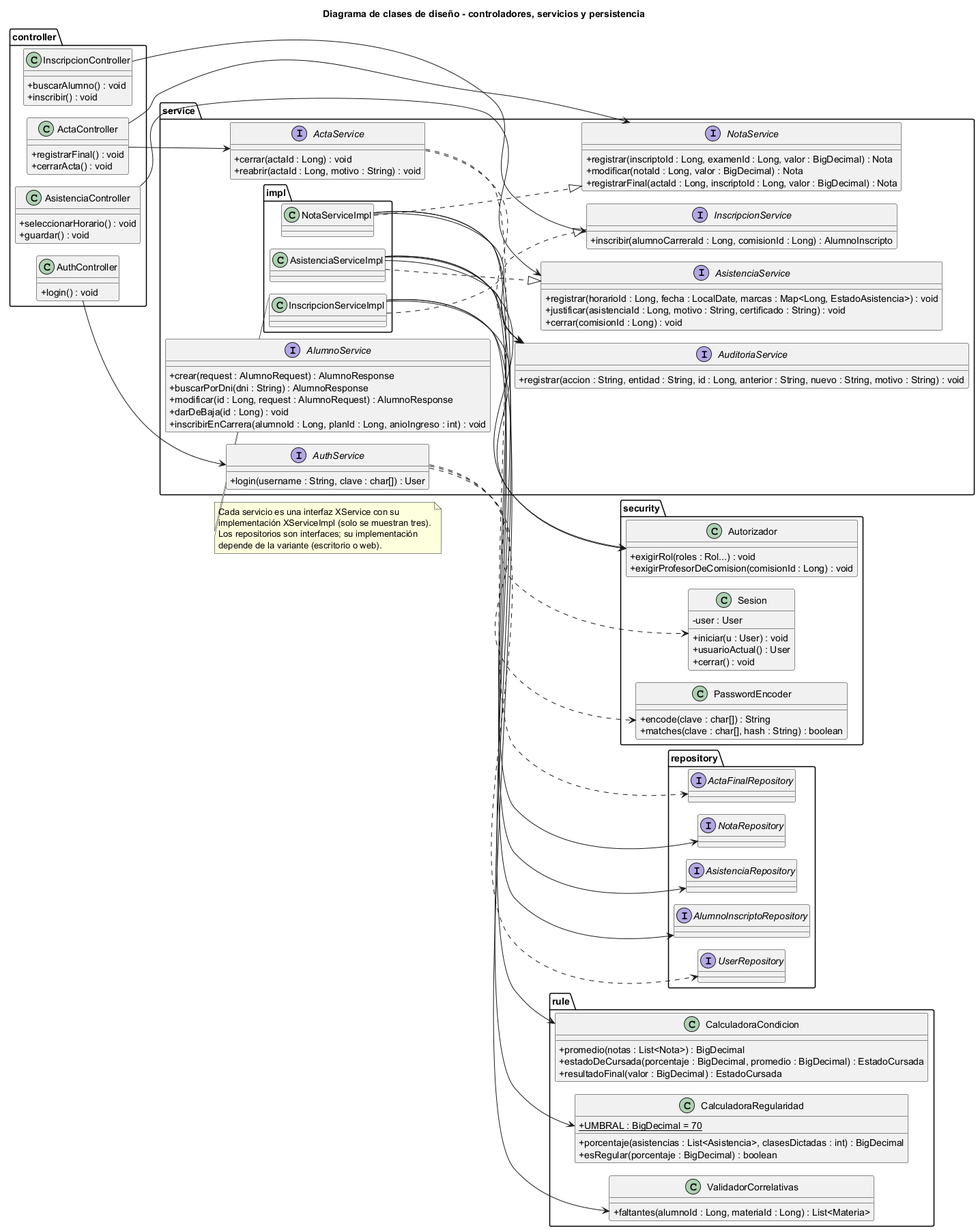
ISMAELALTHENOFER/BACKOFFICE-ACADEMICO-ITEC-N-1 keeps this PlantUML diagram as document/diagramas/clases-diseno.png. Above is the earlier version.
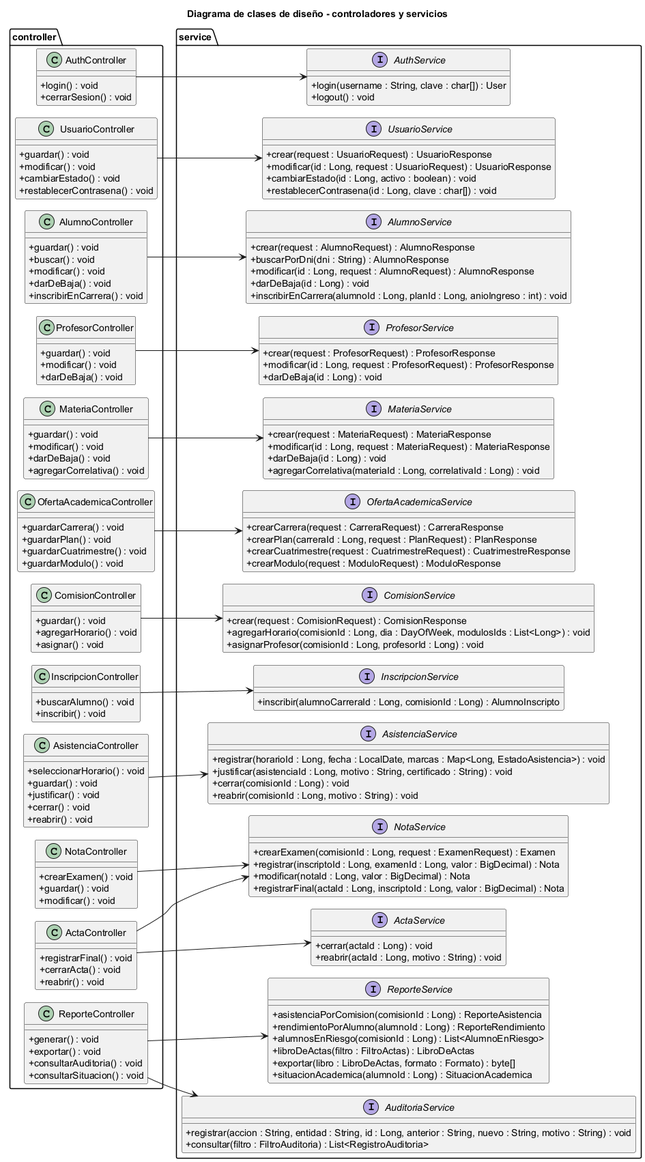
After the commit.

The edit, as a diff of the source:
```diff
@@ -2,12 +2,48 @@
 !pragma layout smetana
 skinparam shadowing false
 skinparam classAttributeIconSize 0
-title Diagrama de clases de diseño - controladores, servicios y persistencia
+title Diagrama de clases de diseño - controladores y servicios
 left to right direction
 
 package "controller" {
   class AuthController {
     + login() : void
+    + cerrarSesion() : void
+  }
+  class UsuarioController {
+    + guardar() : void
+    + modificar() : void
+    + cambiarEstado() : void
+    + restablecerContrasena() : void
+  }
+  class AlumnoController {
+    + guardar() : void
+    + buscar() : void
+    + modificar() : void
+    + darDeBaja() : void
+    + inscribirEnCarrera() : void
+  }
+  class ProfesorController {
+    + guardar() : void
+    + modificar() : void
+    + darDeBaja() : void
+  }
+  class MateriaController {
+    + guardar() : void
+    + modificar() : void
+    + darDeBaja() : void
+    + agregarCorrelativa() : void
+  }
+  class OfertaAcademicaController {
+    + guardarCarrera() : void
+    + guardarPlan() : void
+    + guardarCuatrimestre() : void
+    + guardarModulo() : void
+  }
+  class ComisionController {
+    + guardar() : void
+    + agregarHorario() : void
+    + asignar() : void
   }
   class InscripcionController {
     + buscarAlumno() : void
@@ -16,33 +52,38 @@
   class AsistenciaController {
     + seleccionarHorario() : void
     + guardar() : void
+    + justificar() : void
+    + cerrar() : void
+    + reabrir() : void
+  }
+  class NotaController {
+    + crearExamen() : void
+    + guardar() : void
+    + modificar() : void
   }
   class ActaController {
     + registrarFinal() : void
     + cerrarActa() : void
+    + reabrir() : void
   }
-}
-
-package "security" {
-  class Sesion {
-    - user : User
-    + iniciar(u : User) : void
-    + usuarioActual() : User
-    + cerrar() : void
-  }
-  class PasswordEncoder {
-    + encode(clave : char[]) : String
-    + matches(clave : char[], hash : String) : boolean
-  }
-  class Autorizador {
-    + exigirRol(roles : Rol...) : void
-    + exigirProfesorDeComision(comisionId : Long) : void
+  class ReporteController {
+    + generar() : void
+    + exportar() : void
+    + consultarAuditoria() : void
+    + consultarSituacion() : void
   }
 }
 
 package "service" {
   interface AuthService {
     + login(username : String, clave : char[]) : User
+    + logout() : void
+  }
+  interface UsuarioService {
+    + crear(request : UsuarioRequest) : UsuarioResponse
+    + modificar(id : Long, request : UsuarioRequest) : UsuarioResponse
+    + cambiarEstado(id : Long, activo : boolean) : void
+    + restablecerContrasena(id : Long, clave : char[]) : void
   }
   interface AlumnoService {
     + crear(request : AlumnoRequest) : AlumnoResponse
@@ -51,6 +92,28 @@
     + darDeBaja(id : Long) : void
     + inscribirEnCarrera(alumnoId : Long, planId : Long, anioIngreso : int) : void
   }
+  interface ProfesorService {
+    + crear(request : ProfesorRequest) : ProfesorResponse
+    + modificar(id : Long, request : ProfesorRequest) : ProfesorResponse
+    + darDeBaja(id : Long) : void
+  }
+  interface MateriaService {
+    + crear(request : MateriaRequest) : MateriaResponse
+    + modificar(id : Long, request : MateriaRequest) : MateriaResponse
+    + darDeBaja(id : Long) : void
+    + agregarCorrelativa(materiaId : Long, correlativaId : Long) : void
+  }
+  interface OfertaAcademicaService {
+    + crearCarrera(request : CarreraRequest) : CarreraResponse
+    + crearPlan(carreraId : Long, request : PlanRequest) : PlanResponse
+    + crearCuatrimestre(request : CuatrimestreRequest) : CuatrimestreResponse
+    + crearModulo(request : ModuloRequest) : ModuloResponse
+  }
+  interface ComisionService {
+    + crear(request : ComisionRequest) : ComisionResponse
+    + agregarHorario(comisionId : Long, dia : DayOfWeek, modulosIds : List<Long>) : void
+    + asignarProfesor(comisionId : Long, profesorId : Long) : void
+  }
   interface InscripcionService {
     + inscribir(alumnoCarreraId : Long, comisionId : Long) : AlumnoInscripto
   }
@@ -58,8 +121,10 @@
     + registrar(horarioId : Long, fecha : LocalDate, marcas : Map<Long, EstadoAsistencia>) : void
     + justificar(asistenciaId : Long, motivo : String, certificado : String) : void
     + cerrar(comisionId : Long) : void
+    + reabrir(comisionId : Long, motivo : String) : void
   }
   interface NotaService {
+    + crearExamen(comisionId : Long, request : ExamenRequest) : Examen
     + registrar(inscriptoId : Long, examenId : Long, valor : BigDecimal) : Nota
     + modificar(notaId : Long, valor : BigDecimal) : Nota
     + registrarFinal(actaId : Long, inscriptoId : Long, valor : BigDecimal) : Nota
@@ -68,69 +133,32 @@
     + cerrar(actaId : Long) : void
     + reabrir(actaId : Long, motivo : String) : void
   }
+  interface ReporteService {
+    + asistenciaPorComision(comisionId : Long) : ReporteAsistencia
+    + rendimientoPorAlumno(alumnoId : Long) : ReporteRendimiento
+    + alumnosEnRiesgo(comisionId : Long) : List<AlumnoEnRiesgo>
+    + libroDeActas(filtro : FiltroActas) : LibroDeActas
+    + exportar(libro : LibroDeActas, formato : Formato) : byte[]
+    + situacionAcademica(alumnoId : Long) : SituacionAcademica
+  }
   interface AuditoriaService {
     + registrar(accion : String, entidad : String, id : Long, anterior : String, nuevo : String, motivo : String) : void
+    + consultar(filtro : FiltroAuditoria) : List<RegistroAuditoria>
   }
 }
 
-package "service.impl" {
-  class InscripcionServiceImpl
-  class AsistenciaServiceImpl
-  class NotaServiceImpl
-}
-
-package "rule" {
-  class CalculadoraRegularidad {
-    + {static} UMBRAL : BigDecimal = 70
-    + porcentaje(asistencias : List<Asistencia>, clasesDictadas : int) : BigDecimal
-    + esRegular(porcentaje : BigDecimal) : boolean
-  }
-  class CalculadoraCondicion {
-    + promedio(notas : List<Nota>) : BigDecimal
-    + estadoDeCursada(porcentaje : BigDecimal, promedio : BigDecimal) : EstadoCursada
-    + resultadoFinal(valor : BigDecimal) : EstadoCursada
-  }
-  class ValidadorCorrelativas {
-    + faltantes(alumnoId : Long, materiaId : Long) : List<Materia>
-  }
-}
-
-package "repository" {
-  interface UserRepository
-  interface AlumnoInscriptoRepository
-  interface AsistenciaRepository
-  interface NotaRepository
-  interface ActaFinalRepository
-}
-
 AuthController --> AuthService
+UsuarioController --> UsuarioService
+AlumnoController --> AlumnoService
+ProfesorController --> ProfesorService
+MateriaController --> MateriaService
+OfertaAcademicaController --> OfertaAcademicaService
+ComisionController --> ComisionService
 InscripcionController --> InscripcionService
 AsistenciaController --> AsistenciaService
+NotaController --> NotaService
 ActaController --> NotaService
 ActaController --> ActaService
-AuthService ..> PasswordEncoder
-AuthService ..> Sesion
-AuthService ..> UserRepository
-InscripcionServiceImpl ..|> InscripcionService
-AsistenciaServiceImpl ..|> AsistenciaService
-NotaServiceImpl ..|> NotaService
-InscripcionServiceImpl --> Autorizador
-InscripcionServiceImpl --> ValidadorCorrelativas
-InscripcionServiceImpl --> AlumnoInscriptoRepository
-AsistenciaServiceImpl --> Autorizador
-AsistenciaServiceImpl --> CalculadoraRegularidad
-AsistenciaServiceImpl --> AsistenciaRepository
-AsistenciaServiceImpl --> AuditoriaService
-NotaServiceImpl --> CalculadoraCondicion
-NotaServiceImpl --> NotaRepository
-NotaServiceImpl --> AuditoriaService
-ActaService ..> ActaFinalRepository
-ActaService ..> AuditoriaService
-
-note bottom of InscripcionServiceImpl
-  Cada servicio es una interfaz XService con su
-  implementación XServiceImpl (solo se muestran tres).
-  Los repositorios son interfaces; su implementación
-  depende de la variante (escritorio o web).
-end note
+ReporteController --> ReporteService
+ReporteController --> AuditoriaService
 @enduml
```
